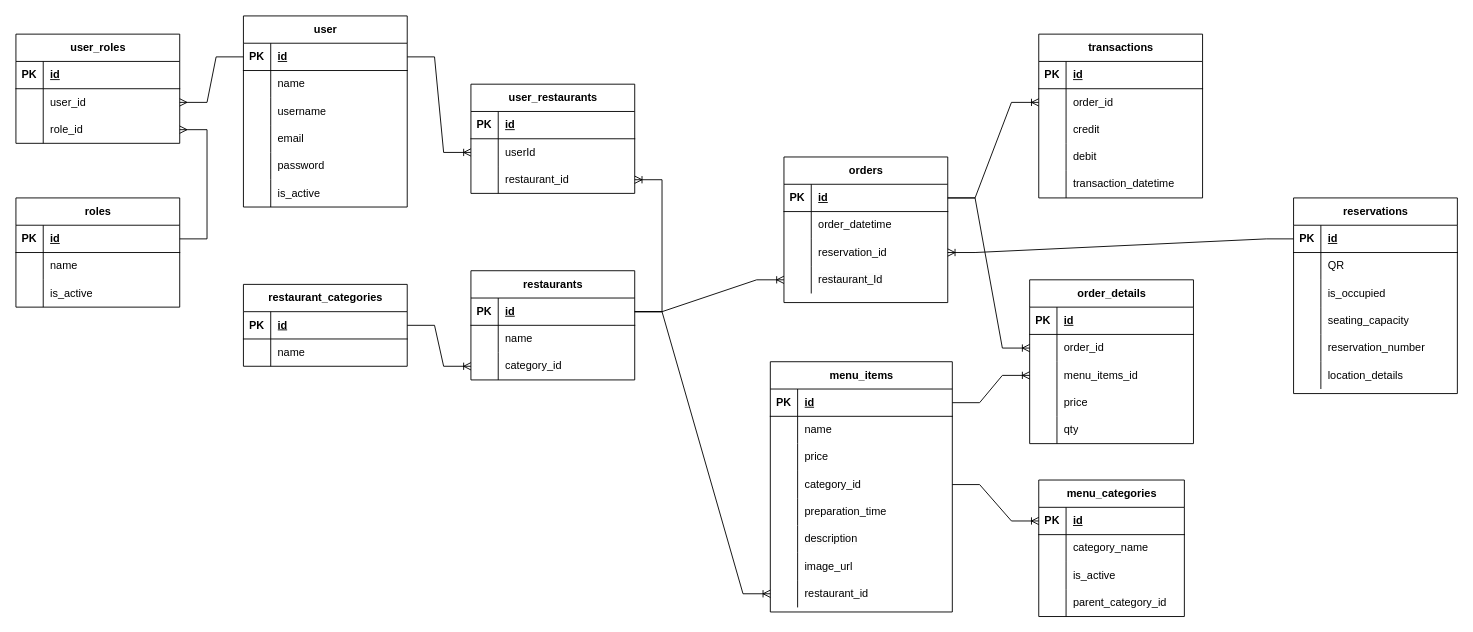
The draw.io diagram resturant-erd.drawio in zakk616/resturant-erd, before the edit. Source tidied: cells renumbered, new cells numbered last; positions are measured from the earlier drawing's top-left corner, leaving out a move shared by most shapes. Both pictures are drawn from the tidied source at 91%, with x=0, y=0 at pixel (15, 15).
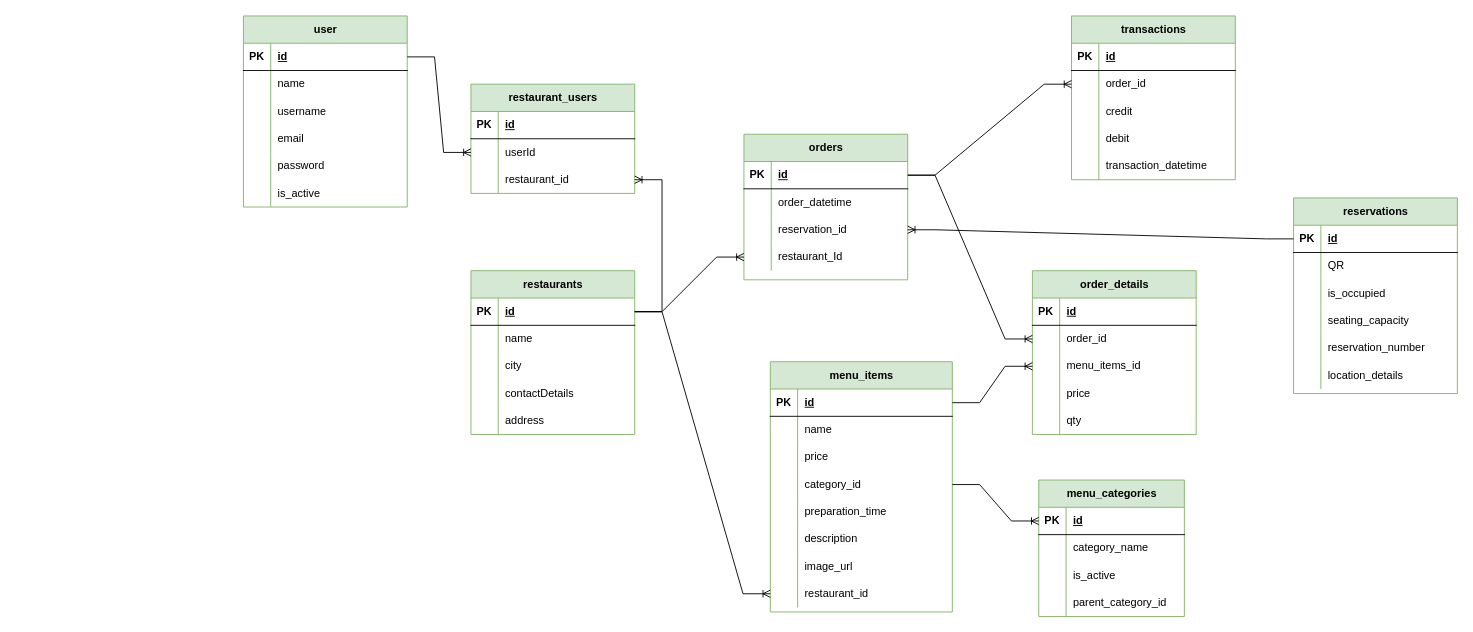
Above is the later version.

The change refers to these unchanged cells:
```xml
<mxCell id="132" style="shape=tableRow;horizontal=0;startSize=0;swimlaneHead=0;swimlaneBody=0;fillColor=none;points=[[0,0.5],[1,0.5]];portConstraint=eastwest;top=0;left=0;right=0;bottom=1;" parent="131" vertex="1">
  <mxGeometry y="30" width="180" height="30" as="geometry" />
</mxCell>
```

What changed in the source:
```diff
@@
-    <mxCell id="2" value="roles" style="shape=table;startSize=30;childLayout=tableLayout;rowLines=0;fontStyle=1;align=center;html=1;" parent="1" vertex="1">
-      <mxGeometry y="200" width="180" height="120" as="geometry" />
-    </mxCell>
-    <mxCell id="3" style="shape=tableRow;horizontal=0;startSize=0;swimlaneHead=0;swimlaneBody=0;fillColor=none;points=[[0,0.5],[1,0.5]];portConstraint=eastwest;top=0;left=0;right=0;bottom=1;" parent="2" vertex="1">
-      <mxGeometry y="30" width="180" height="30" as="geometry" />
-    </mxCell>
-    <mxCell id="4" value="PK" style="shape=partialRectangle;fillColor=none;top=0;left=0;bottom=0;right=0;fontStyle=1;overflow=hidden;whiteSpace=wrap;html=1;" parent="3" vertex="1">
-      <mxGeometry width="30" height="30" as="geometry" />
-    </mxCell>
-    <mxCell id="5" value="id" style="shape=partialRectangle;fillColor=none;top=0;left=0;bottom=0;right=0;align=left;spacingLeft=6;fontStyle=5;overflow=hidden;whiteSpace=wrap;html=1;" parent="3" vertex="1">
-      <mxGeometry x="30" width="150" height="30" as="geometry" />
-    </mxCell>
-    <mxCell id="6" style="shape=tableRow;horizontal=0;startSize=0;swimlaneHead=0;swimlaneBody=0;fillColor=none;top=0;left=0;right=0;bottom=0;" parent="2" vertex="1">
-      <mxGeometry y="60" width="180" height="30" as="geometry" />
-    </mxCell>
-    <mxCell id="7" style="shape=partialRectangle;fillColor=none;top=0;left=0;bottom=0;right=0;overflow=hidden;whiteSpace=wrap;html=1;" parent="6" vertex="1">
-      <mxGeometry width="30" height="30" as="geometry" />
-    </mxCell>
-    <mxCell id="8" value="name" style="shape=partialRectangle;fillColor=none;top=0;left=0;bottom=0;right=0;align=left;spacingLeft=6;overflow=hidden;whiteSpace=wrap;html=1;" parent="6" vertex="1">
-      <mxGeometry x="30" width="150" height="30" as="geometry" />
-    </mxCell>
-    <mxCell id="9" style="shape=tableRow;horizontal=0;startSize=0;swimlaneHead=0;swimlaneBody=0;fillColor=none;top=0;left=0;right=0;bottom=0;" parent="2" vertex="1">
-      <mxGeometry y="90" width="180" height="30" as="geometry" />
-    </mxCell>
-    <mxCell id="10" style="shape=partialRectangle;fillColor=none;top=0;left=0;bottom=0;right=0;overflow=hidden;whiteSpace=wrap;html=1;" parent="9" vertex="1">
-      <mxGeometry width="30" height="30" as="geometry" />
-    </mxCell>
-    <mxCell id="11" value="is_active" style="shape=partialRectangle;fillColor=none;top=0;left=0;bottom=0;right=0;align=left;spacingLeft=6;overflow=hidden;whiteSpace=wrap;html=1;" parent="9" vertex="1">
-      <mxGeometry x="30" width="150" height="30" as="geometry" />
-    </mxCell>
-    <mxCell id="12" value="menu_items" style="shape=table;startSize=30;childLayout=tableLayout;rowLines=0;fontStyle=1;align=center;html=1;" parent="1" vertex="1">
+    <mxCell id="12" value="menu_items" style="shape=table;startSize=30;childLayout=tableLayout;rowLines=0;fontStyle=1;align=center;html=1;fillColor=#d5e8d4;strokeColor=#82b366;" parent="1" vertex="1">
       <mxGeometry x="829" y="380" width="200" height="275" as="geometry" />
     </mxCell>
@@
-    <mxCell id="37" value="menu_categories" style="shape=table;startSize=30;childLayout=tableLayout;rowLines=0;fontStyle=1;align=center;html=1;" parent="1" vertex="1">
+    <mxCell id="37" value="menu_categories" style="shape=table;startSize=30;childLayout=tableLayout;rowLines=0;fontStyle=1;align=center;html=1;fillColor=#d5e8d4;strokeColor=#82b366;" parent="1" vertex="1">
       <mxGeometry x="1124" y="510" width="160" height="150" as="geometry" />
     </mxCell>
@@
-    <mxCell id="51" value="orders" style="shape=table;startSize=30;childLayout=tableLayout;rowLines=0;fontStyle=1;align=center;html=1;" parent="1" vertex="1">
-      <mxGeometry x="844" y="155" width="180" height="160" as="geometry" />
+    <mxCell id="51" value="orders" style="shape=table;startSize=30;childLayout=tableLayout;rowLines=0;fontStyle=1;align=center;html=1;fillColor=#d5e8d4;strokeColor=#82b366;" parent="1" vertex="1">
+      <mxGeometry x="800" y="130" width="180" height="160" as="geometry" />
     </mxCell>
@@
-    <mxCell id="64" value="order_details" style="shape=table;startSize=30;childLayout=tableLayout;rowLines=0;fontStyle=1;align=center;html=1;" parent="1" vertex="1">
-      <mxGeometry x="1114" y="290" width="180" height="180" as="geometry" />
+    <mxCell id="64" value="order_details" style="shape=table;startSize=30;childLayout=tableLayout;rowLines=0;fontStyle=1;align=center;html=1;fillColor=#d5e8d4;strokeColor=#82b366;" parent="1" vertex="1">
+      <mxGeometry x="1117" y="280" width="180" height="180" as="geometry" />
     </mxCell>
@@
-    <mxCell id="82" value="reservations" style="shape=table;startSize=30;childLayout=tableLayout;rowLines=0;fontStyle=1;align=center;html=1;" parent="1" vertex="1">
+    <mxCell id="82" value="reservations" style="shape=table;startSize=30;childLayout=tableLayout;rowLines=0;fontStyle=1;align=center;html=1;fillColor=#d5e8d4;strokeColor=#82b366;" parent="1" vertex="1">
       <mxGeometry x="1404" y="200" width="180" height="215" as="geometry" />
     </mxCell>
@@
-    <mxCell id="102" value="transactions" style="shape=table;startSize=30;childLayout=tableLayout;rowLines=0;fontStyle=1;align=center;html=1;" parent="1" vertex="1">
-      <mxGeometry x="1124" y="20" width="180" height="180" as="geometry" />
+    <mxCell id="102" value="transactions" style="shape=table;startSize=30;childLayout=tableLayout;rowLines=0;fontStyle=1;align=center;html=1;fillColor=#d5e8d4;strokeColor=#82b366;" parent="1" vertex="1">
+      <mxGeometry x="1160" width="180" height="180" as="geometry" />
     </mxCell>
@@
-    <mxCell id="119" value="restaurants" style="shape=table;startSize=30;childLayout=tableLayout;rowLines=0;fontStyle=1;align=center;html=1;" parent="1" vertex="1">
-      <mxGeometry x="500" y="280" width="180" height="120" as="geometry" />
+    <mxCell id="119" value="restaurants" style="shape=table;startSize=30;childLayout=tableLayout;rowLines=0;fontStyle=1;align=center;html=1;fillColor=#d5e8d4;strokeColor=#82b366;" parent="1" vertex="1">
+      <mxGeometry x="500" y="280" width="180" height="180" as="geometry" />
     </mxCell>
@@
-    <mxCell id="126" style="shape=tableRow;horizontal=0;startSize=0;swimlaneHead=0;swimlaneBody=0;fillColor=none;points=[[0,0.5],[1,0.5]];portConstraint=eastwest;top=0;left=0;right=0;bottom=0;" parent="119" vertex="1">
-      <mxGeometry y="90" width="180" height="30" as="geometry" />
-    </mxCell>
-    <mxCell id="127" style="shape=partialRectangle;fillColor=none;top=0;left=0;bottom=0;right=0;overflow=hidden;whiteSpace=wrap;html=1;" parent="126" vertex="1">
-      <mxGeometry width="30" height="30" as="geometry" />
-    </mxCell>
-    <mxCell id="128" value="category_id" style="shape=partialRectangle;fillColor=none;top=0;left=0;bottom=0;right=0;align=left;spacingLeft=6;overflow=hidden;whiteSpace=wrap;html=1;" parent="126" vertex="1">
-      <mxGeometry x="30" width="150" height="30" as="geometry" />
-    </mxCell>
+    <mxCell id="182" style="shape=tableRow;horizontal=0;startSize=0;swimlaneHead=0;swimlaneBody=0;fillColor=none;top=0;left=0;right=0;bottom=0;" parent="119" vertex="1">
+      <mxGeometry y="90" width="180" height="30" as="geometry" />
+    </mxCell>
+    <mxCell id="183" style="shape=partialRectangle;fillColor=none;top=0;left=0;bottom=0;right=0;overflow=hidden;whiteSpace=wrap;html=1;" parent="182" vertex="1">
+      <mxGeometry width="30" height="30" as="geometry" />
+    </mxCell>
+    <mxCell id="184" value="city" style="shape=partialRectangle;fillColor=none;top=0;left=0;bottom=0;right=0;align=left;spacingLeft=6;overflow=hidden;whiteSpace=wrap;html=1;" parent="182" vertex="1">
+      <mxGeometry x="30" width="150" height="30" as="geometry" />
+    </mxCell>
+    <mxCell id="185" style="shape=tableRow;horizontal=0;startSize=0;swimlaneHead=0;swimlaneBody=0;fillColor=none;top=0;left=0;right=0;bottom=0;" parent="119" vertex="1">
+      <mxGeometry y="120" width="180" height="30" as="geometry" />
+    </mxCell>
+    <mxCell id="186" style="shape=partialRectangle;fillColor=none;top=0;left=0;bottom=0;right=0;overflow=hidden;whiteSpace=wrap;html=1;" parent="185" vertex="1">
+      <mxGeometry width="30" height="30" as="geometry" />
+    </mxCell>
+    <mxCell id="187" value="contactDetails" style="shape=partialRectangle;fillColor=none;top=0;left=0;bottom=0;right=0;align=left;spacingLeft=6;overflow=hidden;whiteSpace=wrap;html=1;" parent="185" vertex="1">
+      <mxGeometry x="30" width="150" height="30" as="geometry" />
+    </mxCell>
+    <mxCell id="188" style="shape=tableRow;horizontal=0;startSize=0;swimlaneHead=0;swimlaneBody=0;fillColor=none;top=0;left=0;right=0;bottom=0;" parent="119" vertex="1">
+      <mxGeometry y="150" width="180" height="30" as="geometry" />
+    </mxCell>
+    <mxCell id="189" style="shape=partialRectangle;fillColor=none;top=0;left=0;bottom=0;right=0;overflow=hidden;whiteSpace=wrap;html=1;" parent="188" vertex="1">
+      <mxGeometry width="30" height="30" as="geometry" />
+    </mxCell>
+    <mxCell id="190" value="address" style="shape=partialRectangle;fillColor=none;top=0;left=0;bottom=0;right=0;align=left;spacingLeft=6;overflow=hidden;whiteSpace=wrap;html=1;" parent="188" vertex="1">
+      <mxGeometry x="30" width="150" height="30" as="geometry" />
+    </mxCell>
@@
-    <mxCell id="131" value="user" style="shape=table;startSize=30;childLayout=tableLayout;rowLines=0;fontStyle=1;align=center;html=1;" parent="1" vertex="1">
+    <mxCell id="131" value="user" style="shape=table;startSize=30;childLayout=tableLayout;rowLines=0;fontStyle=1;align=center;html=1;fillColor=#d5e8d4;strokeColor=#82b366;" parent="1" vertex="1">
       <mxGeometry x="250" width="180" height="210" as="geometry" />
     </mxCell>
@@
-    <mxCell id="150" value="user_restaurants" style="shape=table;startSize=30;childLayout=tableLayout;rowLines=0;fontStyle=1;align=center;html=1;" parent="1" vertex="1">
+    <mxCell id="150" value="restaurant_users" style="shape=table;startSize=30;childLayout=tableLayout;rowLines=0;fontStyle=1;align=center;html=1;fillColor=#d5e8d4;strokeColor=#82b366;" parent="1" vertex="1">
       <mxGeometry x="500" y="75" width="180" height="120" as="geometry" />
     </mxCell>
@@
-    <mxCell id="162" value="restaurant_categories" style="shape=table;startSize=30;childLayout=tableLayout;rowLines=0;fontStyle=1;align=center;html=1;" parent="1" vertex="1">
-      <mxGeometry x="250" y="295" width="180" height="90" as="geometry" />
-    </mxCell>
-    <mxCell id="163" style="shape=tableRow;horizontal=0;startSize=0;swimlaneHead=0;swimlaneBody=0;fillColor=none;points=[[0,0.5],[1,0.5]];portConstraint=eastwest;top=0;left=0;right=0;bottom=1;" parent="162" vertex="1">
-      <mxGeometry y="30" width="180" height="30" as="geometry" />
-    </mxCell>
-    <mxCell id="164" value="PK" style="shape=partialRectangle;fillColor=none;top=0;left=0;bottom=0;right=0;fontStyle=1;overflow=hidden;whiteSpace=wrap;html=1;" parent="163" vertex="1">
-      <mxGeometry width="30" height="30" as="geometry" />
-    </mxCell>
-    <mxCell id="165" value="id" style="shape=partialRectangle;fillColor=none;top=0;left=0;bottom=0;right=0;align=left;spacingLeft=6;fontStyle=5;overflow=hidden;whiteSpace=wrap;html=1;" parent="163" vertex="1">
-      <mxGeometry x="30" width="150" height="30" as="geometry" />
-    </mxCell>
-    <mxCell id="166" style="shape=tableRow;horizontal=0;startSize=0;swimlaneHead=0;swimlaneBody=0;fillColor=none;top=0;left=0;right=0;bottom=0;" parent="162" vertex="1">
-      <mxGeometry y="60" width="180" height="30" as="geometry" />
-    </mxCell>
-    <mxCell id="167" style="shape=partialRectangle;fillColor=none;top=0;left=0;bottom=0;right=0;overflow=hidden;whiteSpace=wrap;html=1;" parent="166" vertex="1">
-      <mxGeometry width="30" height="30" as="geometry" />
-    </mxCell>
-    <mxCell id="168" value="name" style="shape=partialRectangle;fillColor=none;top=0;left=0;bottom=0;right=0;align=left;spacingLeft=6;overflow=hidden;whiteSpace=wrap;html=1;" parent="166" vertex="1">
-      <mxGeometry x="30" width="150" height="30" as="geometry" />
-    </mxCell>
-    <mxCell id="169" style="edgeStyle=entityRelationEdgeStyle;fontSize=12;html=1;endArrow=ERoneToMany;rounded=0;exitX=1;exitY=0.5;exitDx=0;exitDy=0;entryX=0;entryY=0.5;entryDx=0;entryDy=0;" parent="1" edge="1" source="163" target="126">
-      <mxGeometry relative="1" as="geometry" />
-    </mxCell>
-    <mxCell id="170" style="edgeStyle=entityRelationEdgeStyle;fontSize=12;html=1;endArrow=ERmany;rounded=0;exitX=0;exitY=0.5;exitDx=0;exitDy=0;entryX=1;entryY=0.5;entryDx=0;entryDy=0;" parent="1" edge="1" source="132" target="176">
-      <mxGeometry relative="1" as="geometry" />
-    </mxCell>
-    <mxCell id="171" style="edgeStyle=entityRelationEdgeStyle;fontSize=12;html=1;endArrow=ERmany;rounded=0;exitX=1;exitY=0.5;exitDx=0;exitDy=0;entryX=1;entryY=0.5;entryDx=0;entryDy=0;" parent="1" edge="1" source="3" target="179">
-      <mxGeometry relative="1" as="geometry" />
-    </mxCell>
-    <mxCell id="172" value="user_roles" style="shape=table;startSize=30;childLayout=tableLayout;rowLines=0;fontStyle=1;align=center;html=1;" parent="1" vertex="1">
-      <mxGeometry y="20" width="180" height="120" as="geometry" />
-    </mxCell>
-    <mxCell id="173" style="shape=tableRow;horizontal=0;startSize=0;swimlaneHead=0;swimlaneBody=0;fillColor=none;top=0;left=0;right=0;bottom=1;" parent="172" vertex="1">
-      <mxGeometry y="30" width="180" height="30" as="geometry" />
-    </mxCell>
-    <mxCell id="174" value="PK" style="shape=partialRectangle;fillColor=none;top=0;left=0;bottom=0;right=0;fontStyle=1;overflow=hidden;whiteSpace=wrap;html=1;" parent="173" vertex="1">
-      <mxGeometry width="30" height="30" as="geometry" />
-    </mxCell>
-    <mxCell id="175" value="id" style="shape=partialRectangle;fillColor=none;top=0;left=0;bottom=0;right=0;align=left;spacingLeft=6;fontStyle=5;overflow=hidden;whiteSpace=wrap;html=1;" parent="173" vertex="1">
-      <mxGeometry x="30" width="150" height="30" as="geometry" />
-    </mxCell>
-    <mxCell id="176" style="shape=tableRow;horizontal=0;startSize=0;swimlaneHead=0;swimlaneBody=0;fillColor=none;points=[[0,0.5],[1,0.5]];portConstraint=eastwest;top=0;left=0;right=0;bottom=0;" parent="172" vertex="1">
-      <mxGeometry y="60" width="180" height="30" as="geometry" />
-    </mxCell>
-    <mxCell id="177" style="shape=partialRectangle;fillColor=none;top=0;left=0;bottom=0;right=0;overflow=hidden;whiteSpace=wrap;html=1;" parent="176" vertex="1">
-      <mxGeometry width="30" height="30" as="geometry" />
-    </mxCell>
-    <mxCell id="178" value="user_id" style="shape=partialRectangle;fillColor=none;top=0;left=0;bottom=0;right=0;align=left;spacingLeft=6;overflow=hidden;whiteSpace=wrap;html=1;" parent="176" vertex="1">
-      <mxGeometry x="30" width="150" height="30" as="geometry" />
-    </mxCell>
-    <mxCell id="179" style="shape=tableRow;horizontal=0;startSize=0;swimlaneHead=0;swimlaneBody=0;fillColor=none;points=[[0,0.5],[1,0.5]];portConstraint=eastwest;top=0;left=0;right=0;bottom=0;" parent="172" vertex="1">
-      <mxGeometry y="90" width="180" height="30" as="geometry" />
-    </mxCell>
-    <mxCell id="180" style="shape=partialRectangle;fillColor=none;top=0;left=0;bottom=0;right=0;overflow=hidden;whiteSpace=wrap;html=1;" parent="179" vertex="1">
-      <mxGeometry width="30" height="30" as="geometry" />
-    </mxCell>
-    <mxCell id="181" value="role_id" style="shape=partialRectangle;fillColor=none;top=0;left=0;bottom=0;right=0;align=left;spacingLeft=6;overflow=hidden;whiteSpace=wrap;html=1;" parent="179" vertex="1">
-      <mxGeometry x="30" width="150" height="30" as="geometry" />
-    </mxCell>
```
